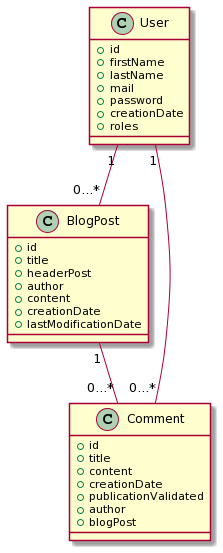
Before: UML/diagramme_classe.png, a diagram exported from PlantUML (Maxime22/portfolio-php).
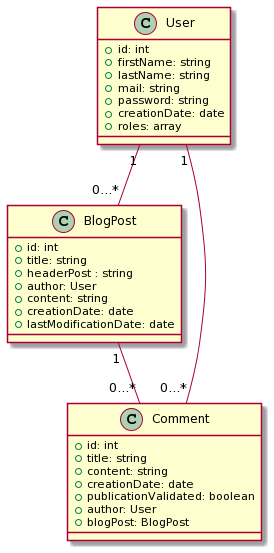
Later version of the same file.

Commit message:
class diagram updated

The edit, as a diff of the source:
```diff
@@ -1,30 +1,30 @@
 @startuml
 class User{
- +id
- +firstName
- +lastName
- +mail
- +password
- +creationDate
- +roles
+ +id: int
+ +firstName: string
+ +lastName: string
+ +mail: string
+ +password: string
+ +creationDate: date
+ +roles: array
 }
 class BlogPost{
- +id
- +title
- +headerPost
- +author
- +content
- +creationDate
- +lastModificationDate
+ +id: int
+ +title: string
+ +headerPost : string
+ +author: User
+ +content: string
+ +creationDate: date
+ +lastModificationDate: date
 }
 class Comment{
- +id
- +title
- +content
- +creationDate
- +publicationValidated
- +author
- +blogPost
+ +id: int
+ +title: string
+ +content: string
+ +creationDate: date
+ +publicationValidated: boolean
+ +author: User
+ +blogPost: BlogPost
 }
 BlogPost "1" -- "0...*" Comment
 User "1" -- "0...*" BlogPost
```
